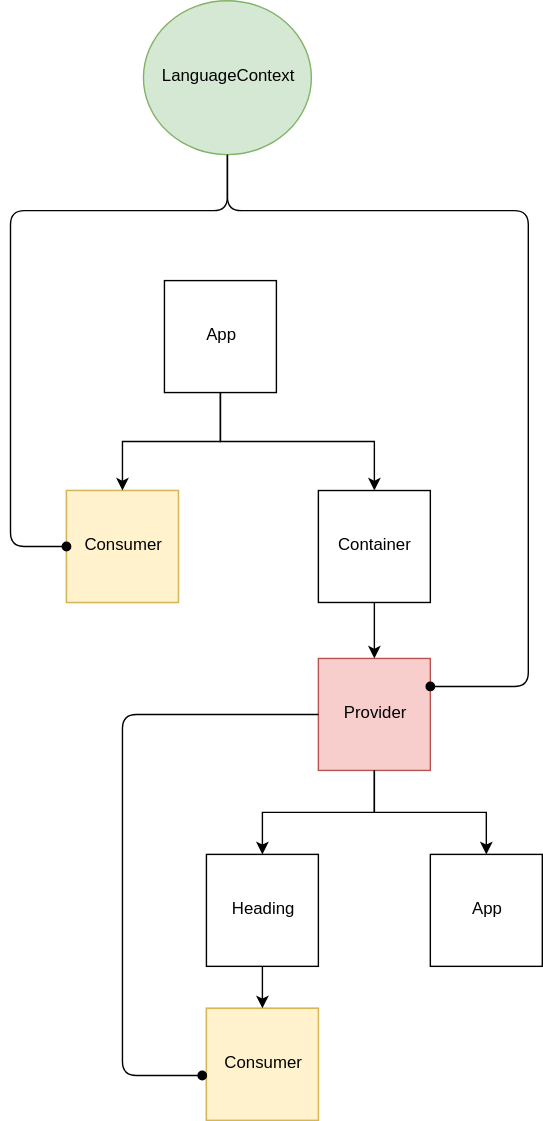
Above: app-language-context.svg in damiansk/React-Context-example (draw.io), before the change. Source tidied: cells renumbered, new cells last; positions are measured from the earlier drawing's top-left corner, leaving out a move shared by most shapes.
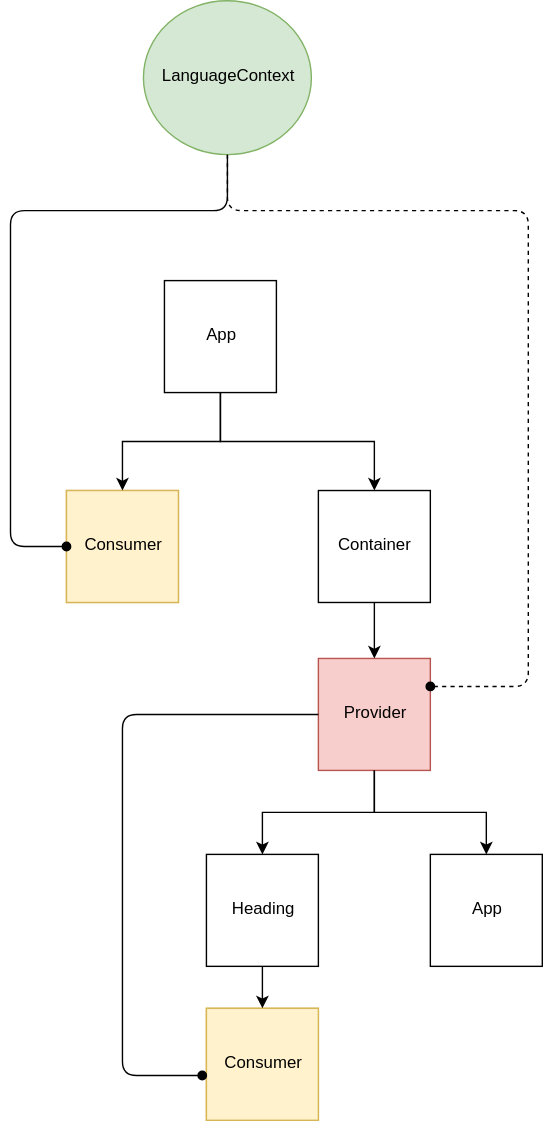
The same file after the commit.

The edit, as a diff of the source:
```diff
@@ -97,7 +97,7 @@
         </Array>
       </mxGeometry>
     </mxCell>
-    <mxCell id="32" style="edgeStyle=orthogonalEdgeStyle;rounded=1;jettySize=auto;html=1;entryX=1;entryY=0.25;entryDx=0;entryDy=0;endArrow=oval;endFill=1;" parent="1" edge="1" source="2" target="11">
+    <mxCell id="32" style="edgeStyle=orthogonalEdgeStyle;rounded=1;jettySize=auto;html=1;entryX=1;entryY=0.25;entryDx=0;entryDy=0;endArrow=oval;endFill=1;dashed=1;" parent="1" edge="1" source="2" target="11">
       <mxGeometry relative="1" as="geometry">
         <Array as="points">
           <mxPoint x="155" y="150" />
```
